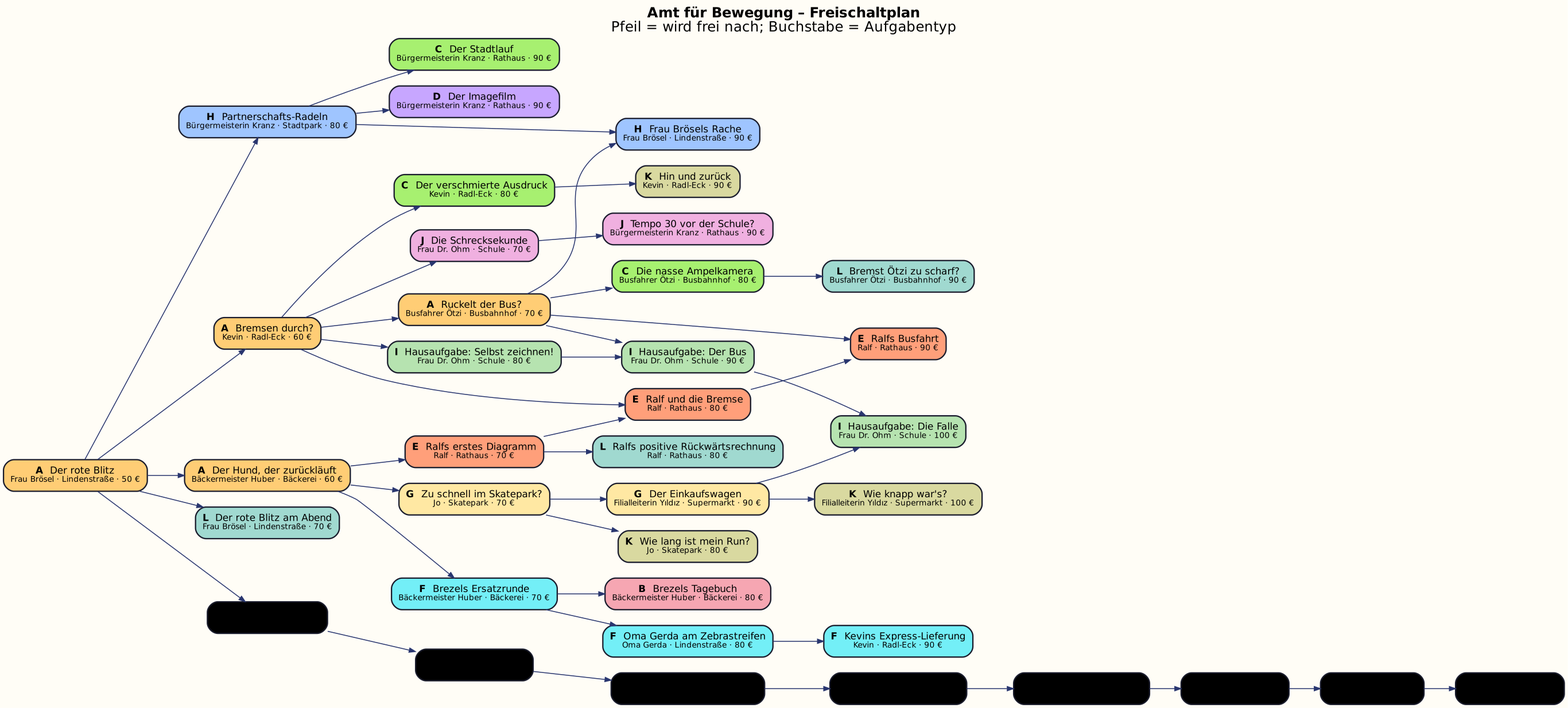
Before: docs/questplan.png, a diagram exported from Graphviz (MJMssnr/amt-fuer-bewegung). Its source is kept beside it as docs/questplan.dot.
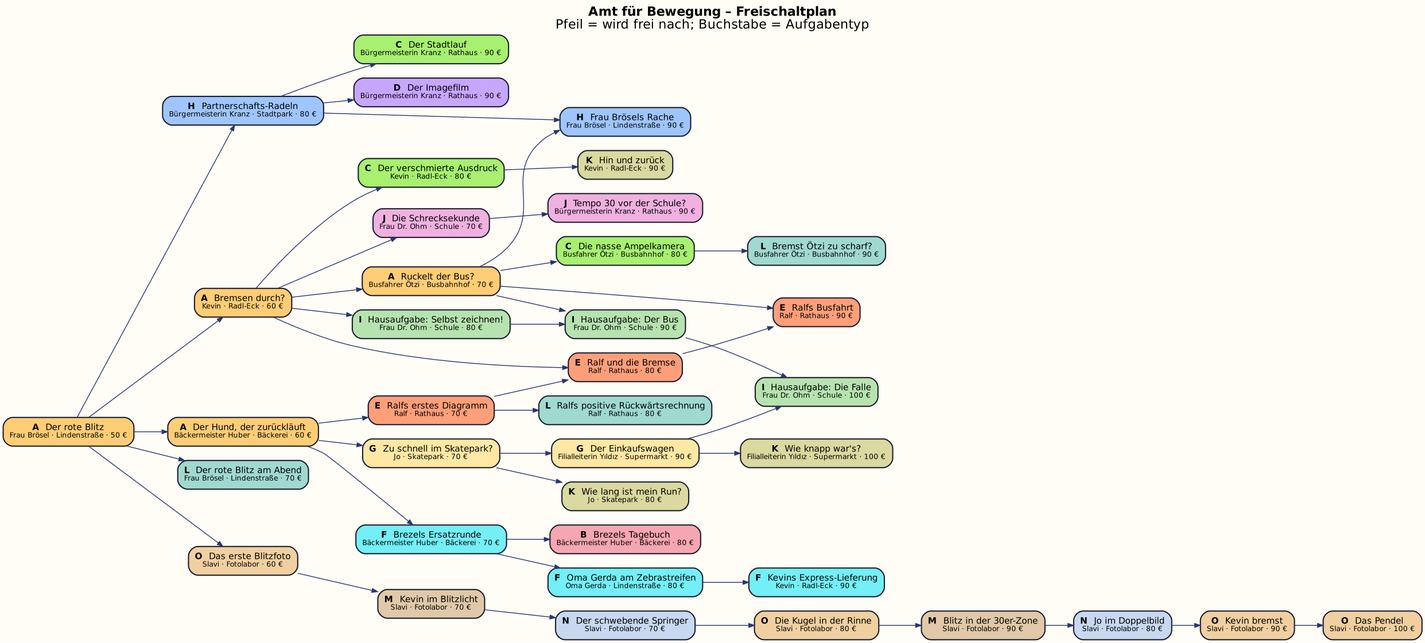
The same file after the commit.

Diff of the diagram source:
```diff
@@ -33,14 +33,14 @@
   t28_steigung_ralf [fillcolor="#a0d9d0" label=<<b>L</b>  Ralfs positive Rückwärtsrechnung<br/><font point-size="9">Ralf · Rathaus · 80 €</font>>];
   t29_steigung_bus [fillcolor="#a0d9d0" label=<<b>L</b>  Bremst Ötzi zu scharf?<br/><font point-size="9">Busfahrer Ötzi · Busbahnhof · 90 €</font>>];
   t30_regie_imagefilm [fillcolor="#c7a6ff" label=<<b>D</b>  Der Imagefilm<br/><font point-size="9">Bürgermeisterin Kranz · Rathaus · 90 €</font>>];
-  t31_strobo_erstes [fillcolor="#ddd" label=<<b>O</b>  Das erste Blitzfoto<br/><font point-size="9">Slavi · Fotolabor · 60 €</font>>];
-  t32_strobo_kevin [fillcolor="#ddd" label=<<b>M</b>  Kevin im Blitzlicht<br/><font point-size="9">Slavi · Fotolabor · 70 €</font>>];
-  t33_strobo_fallschirm [fillcolor="#ddd" label=<<b>N</b>  Der schwebende Springer<br/><font point-size="9">Slavi · Fotolabor · 70 €</font>>];
-  t34_strobo_rinne [fillcolor="#ddd" label=<<b>O</b>  Die Kugel in der Rinne<br/><font point-size="9">Slavi · Fotolabor · 80 €</font>>];
-  t35_strobo_auto [fillcolor="#ddd" label=<<b>M</b>  Blitz in der 30er-Zone<br/><font point-size="9">Slavi · Fotolabor · 90 €</font>>];
-  t36_strobo_jo [fillcolor="#ddd" label=<<b>N</b>  Jo im Doppelbild<br/><font point-size="9">Slavi · Fotolabor · 80 €</font>>];
-  t37_strobo_bremsen [fillcolor="#ddd" label=<<b>O</b>  Kevin bremst<br/><font point-size="9">Slavi · Fotolabor · 90 €</font>>];
-  t38_strobo_pendel [fillcolor="#ddd" label=<<b>O</b>  Das Pendel<br/><font point-size="9">Slavi · Fotolabor · 100 €</font>>];
+  t31_strobo_erstes [fillcolor="#f0d0a0" label=<<b>O</b>  Das erste Blitzfoto<br/><font point-size="9">Slavi · Fotolabor · 60 €</font>>];
+  t32_strobo_kevin [fillcolor="#e0c8a8" label=<<b>M</b>  Kevin im Blitzlicht<br/><font point-size="9">Slavi · Fotolabor · 70 €</font>>];
+  t33_strobo_fallschirm [fillcolor="#c8d8f0" label=<<b>N</b>  Der schwebende Springer<br/><font point-size="9">Slavi · Fotolabor · 70 €</font>>];
+  t34_strobo_rinne [fillcolor="#f0d0a0" label=<<b>O</b>  Die Kugel in der Rinne<br/><font point-size="9">Slavi · Fotolabor · 80 €</font>>];
+  t35_strobo_auto [fillcolor="#e0c8a8" label=<<b>M</b>  Blitz in der 30er-Zone<br/><font point-size="9">Slavi · Fotolabor · 90 €</font>>];
+  t36_strobo_jo [fillcolor="#c8d8f0" label=<<b>N</b>  Jo im Doppelbild<br/><font point-size="9">Slavi · Fotolabor · 80 €</font>>];
+  t37_strobo_bremsen [fillcolor="#f0d0a0" label=<<b>O</b>  Kevin bremst<br/><font point-size="9">Slavi · Fotolabor · 90 €</font>>];
+  t38_strobo_pendel [fillcolor="#f0d0a0" label=<<b>O</b>  Das Pendel<br/><font point-size="9">Slavi · Fotolabor · 100 €</font>>];
   t01_sportwagen -> t02_kevin;
   t02_kevin -> t03_bus;
   t01_sportwagen -> t04_brezel;
```
